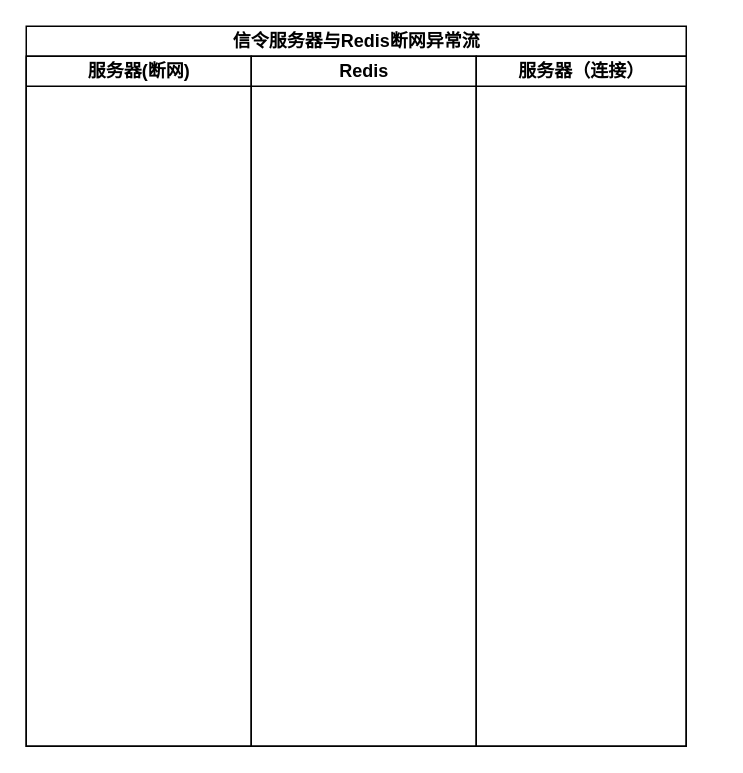
Earlier version of the draw.io diagram 信令服务器与Redis断网异常流.drawio (czq7966/drawio). Source tidied: cells renumbered, new cells numbered last; positions are measured from the earlier drawing's top-left corner, leaving out a move shared by most shapes. Both pictures are drawn from the tidied source at 150%, with x=0, y=0 at pixel (26, 26).
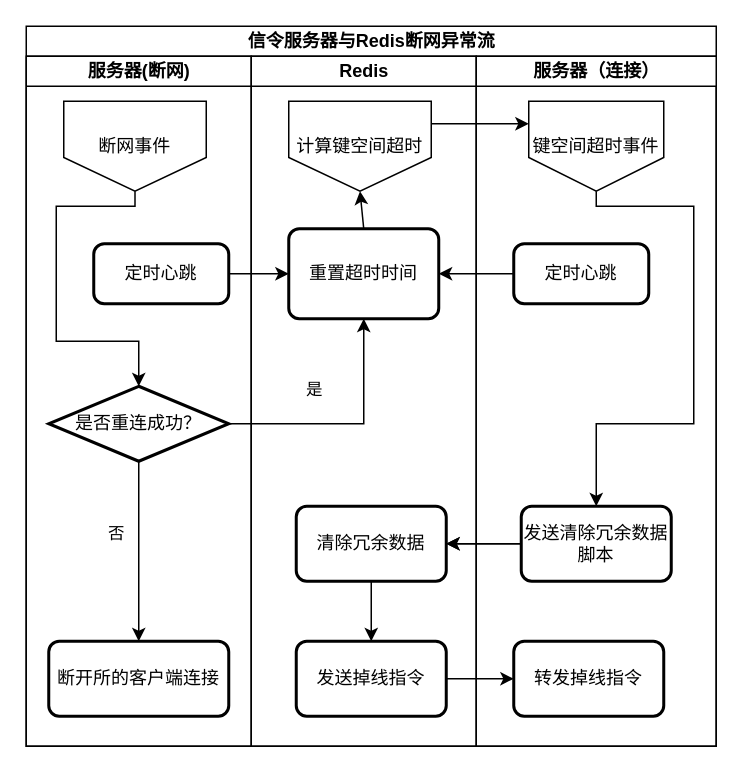
Above is the later version.

Commit message (it also covers changes not shown here):
Update 信令服务器与Redis断网异常流.drawio

The change refers to these unchanged cells:
```xml
<mxCell id="3" value="服务器(断网)" style="swimlane;html=1;startSize=20;" parent="2" vertex="1">
  <mxGeometry y="20" width="150" height="460" as="geometry" />
</mxCell>
<mxCell id="4" value="Redis" style="swimlane;html=1;startSize=20;" parent="2" vertex="1">
  <mxGeometry x="150" y="20" width="150" height="460" as="geometry" />
</mxCell>
```

Change to the diagram source:
```diff
@@
     <mxCell id="2" value="信令服务器与Redis断网异常流" style="swimlane;html=1;startSize=20;" parent="1" vertex="1">
-      <mxGeometry width="440" height="480" as="geometry" />
+      <mxGeometry width="460" height="480" as="geometry" />
     </mxCell>
@@
+    <mxCell id="6" style="rounded=0;jumpStyle=none;jettySize=auto;html=1;exitX=0.5;exitY=1;exitDx=0;exitDy=0;entryX=0.5;entryY=0;entryDx=0;entryDy=0;entryPerimeter=0;shadow=0;strokeColor=#000000;edgeStyle=orthogonalEdgeStyle;" parent="3" edge="1" source="7" target="9">
+      <mxGeometry relative="1" as="geometry">
+        <Array as="points">
+          <mxPoint x="73" y="100" />
+          <mxPoint x="20" y="100" />
+          <mxPoint x="20" y="190" />
+          <mxPoint x="75" y="190" />
+        </Array>
+      </mxGeometry>
+    </mxCell>
+    <mxCell id="7" value="断网事件" style="shape=offPageConnector;whiteSpace=wrap;html=1;" parent="3" vertex="1">
+      <mxGeometry x="25" y="30" width="95" height="60" as="geometry" />
+    </mxCell>
+    <mxCell id="8" value="否" style="edgeStyle=orthogonalEdgeStyle;rounded=0;jumpStyle=none;jettySize=auto;html=1;shadow=0;strokeColor=#000000;entryX=0.5;entryY=0;entryDx=0;entryDy=0;curved=1;" parent="3" edge="1" source="9" target="10">
+      <mxGeometry x="-0.2" y="-15" relative="1" as="geometry" />
+    </mxCell>
+    <mxCell id="9" value="是否重连成功？" style="strokeWidth=2;html=1;shape=mxgraph.flowchart.decision;whiteSpace=wrap;" parent="3" vertex="1">
+      <mxGeometry x="15" y="220" width="120" height="50" as="geometry" />
+    </mxCell>
+    <mxCell id="10" value="断开所的客户端连接" style="rounded=1;whiteSpace=wrap;html=1;absoluteArcSize=1;arcSize=14;strokeWidth=2;" parent="3" vertex="1">
+      <mxGeometry x="15" y="390" width="120" height="50" as="geometry" />
+    </mxCell>
+    <mxCell id="11" value="定时心跳" style="rounded=1;whiteSpace=wrap;html=1;absoluteArcSize=1;arcSize=14;strokeWidth=2;" parent="3" vertex="1">
+      <mxGeometry x="45" y="125" width="90" height="40" as="geometry" />
+    </mxCell>
+    <mxCell id="12" style="edgeStyle=orthogonalEdgeStyle;rounded=0;jumpStyle=none;jettySize=auto;html=1;exitX=1;exitY=0.25;exitDx=0;exitDy=0;entryX=0;entryY=0.25;entryDx=0;entryDy=0;shadow=0;strokeColor=#000000;" parent="2" edge="1" source="18" target="25">
+      <mxGeometry relative="1" as="geometry" />
+    </mxCell>
+    <mxCell id="13" value="&lt;br&gt;是" style="rounded=0;jumpStyle=none;jettySize=auto;html=1;exitX=1;exitY=0.5;exitDx=0;exitDy=0;exitPerimeter=0;shadow=0;strokeColor=#000000;edgeStyle=orthogonalEdgeStyle;" parent="2" edge="1" source="9" target="20">
+      <mxGeometry x="-0.1" y="15" relative="1" as="geometry">
+        <mxPoint x="-15" y="-15" as="offset" />
+      </mxGeometry>
+    </mxCell>
+    <mxCell id="14" style="rounded=0;jumpStyle=none;jettySize=auto;html=1;exitX=1;exitY=0.5;exitDx=0;exitDy=0;entryX=0;entryY=0.5;entryDx=0;entryDy=0;shadow=0;strokeColor=#000000;" parent="2" edge="1" source="11" target="20">
+      <mxGeometry relative="1" as="geometry" />
+    </mxCell>
+    <mxCell id="15" style="edgeStyle=orthogonalEdgeStyle;rounded=0;jumpStyle=none;jettySize=auto;html=1;exitX=0;exitY=0.5;exitDx=0;exitDy=0;entryX=1;entryY=0.5;entryDx=0;entryDy=0;shadow=0;strokeColor=#000000;" parent="2" edge="1" source="26" target="22">
+      <mxGeometry relative="1" as="geometry" />
+    </mxCell>
+    <mxCell id="16" style="edgeStyle=none;rounded=0;jumpStyle=none;jettySize=auto;html=1;shadow=0;strokeColor=#000000;" parent="2" edge="1" source="23" target="27">
+      <mxGeometry relative="1" as="geometry" />
+    </mxCell>
+    <mxCell id="17" style="edgeStyle=none;rounded=0;jumpStyle=none;jettySize=auto;html=1;exitX=0;exitY=0.5;exitDx=0;exitDy=0;entryX=1;entryY=0.5;entryDx=0;entryDy=0;shadow=0;strokeColor=#000000;" parent="2" edge="1" source="28" target="20">
+      <mxGeometry relative="1" as="geometry" />
+    </mxCell>
@@
+    <mxCell id="18" value="计算键空间超时" style="shape=offPageConnector;whiteSpace=wrap;html=1;" parent="4" vertex="1">
+      <mxGeometry x="25" y="30" width="95" height="60" as="geometry" />
+    </mxCell>
+    <mxCell id="19" style="rounded=0;jumpStyle=none;jettySize=auto;html=1;exitX=0.5;exitY=0;exitDx=0;exitDy=0;entryX=0.5;entryY=1;entryDx=0;entryDy=0;shadow=0;strokeColor=#000000;" parent="4" edge="1" source="20" target="18">
+      <mxGeometry relative="1" as="geometry" />
+    </mxCell>
+    <mxCell id="20" value="重置超时时间" style="rounded=1;whiteSpace=wrap;html=1;absoluteArcSize=1;arcSize=14;strokeWidth=2;" parent="4" vertex="1">
+      <mxGeometry x="25" y="115" width="100" height="60" as="geometry" />
+    </mxCell>
+    <mxCell id="21" style="edgeStyle=none;rounded=0;jumpStyle=none;jettySize=auto;html=1;shadow=0;strokeColor=#000000;" parent="4" edge="1" source="22" target="23">
+      <mxGeometry relative="1" as="geometry" />
+    </mxCell>
+    <mxCell id="22" value="清除冗余数据" style="rounded=1;whiteSpace=wrap;html=1;absoluteArcSize=1;arcSize=14;strokeWidth=2;" parent="4" vertex="1">
+      <mxGeometry x="30" y="300" width="100" height="50" as="geometry" />
+    </mxCell>
+    <mxCell id="23" value="发送掉线指令" style="rounded=1;whiteSpace=wrap;html=1;absoluteArcSize=1;arcSize=14;strokeWidth=2;" parent="4" vertex="1">
+      <mxGeometry x="30" y="390" width="100" height="50" as="geometry" />
+    </mxCell>
     <mxCell id="5" value="服务器（连接）" style="swimlane;html=1;startSize=20;" parent="2" vertex="1">
-      <mxGeometry x="300" y="20" width="140" height="460" as="geometry" />
+      <mxGeometry x="300" y="20" width="160" height="460" as="geometry" />
     </mxCell>
+    <mxCell id="24" style="edgeStyle=orthogonalEdgeStyle;rounded=0;jumpStyle=none;jettySize=auto;html=1;exitX=0.5;exitY=1;exitDx=0;exitDy=0;entryX=0.5;entryY=0;entryDx=0;entryDy=0;shadow=0;strokeColor=#000000;" parent="5" edge="1" source="25" target="26">
+      <mxGeometry relative="1" as="geometry">
+        <Array as="points">
+          <mxPoint x="80" y="100" />
+          <mxPoint x="145" y="100" />
+          <mxPoint x="145" y="245" />
+          <mxPoint x="80" y="245" />
+        </Array>
+      </mxGeometry>
+    </mxCell>
+    <mxCell id="25" value="键空间超时事件" style="shape=offPageConnector;whiteSpace=wrap;html=1;" parent="5" vertex="1">
+      <mxGeometry x="35" y="30" width="90" height="60" as="geometry" />
+    </mxCell>
+    <mxCell id="26" value="发送清除冗余数据脚本" style="rounded=1;whiteSpace=wrap;html=1;absoluteArcSize=1;arcSize=14;strokeWidth=2;" parent="5" vertex="1">
+      <mxGeometry x="30" y="300" width="100" height="50" as="geometry" />
+    </mxCell>
+    <mxCell id="27" value="转发掉线指令" style="rounded=1;whiteSpace=wrap;html=1;absoluteArcSize=1;arcSize=14;strokeWidth=2;" parent="5" vertex="1">
+      <mxGeometry x="25" y="390" width="100" height="50" as="geometry" />
+    </mxCell>
+    <mxCell id="28" value="定时心跳" style="rounded=1;whiteSpace=wrap;html=1;absoluteArcSize=1;arcSize=14;strokeWidth=2;" parent="5" vertex="1">
+      <mxGeometry x="25" y="125" width="90" height="40" as="geometry" />
+    </mxCell>
+    <mxCell id="29" style="edgeStyle=orthogonalEdgeStyle;rounded=0;jumpStyle=none;jettySize=auto;html=1;shadow=0;strokeColor=#000000;" parent="2" edge="1" source="26" target="22">
+      <mxGeometry relative="1" as="geometry" />
+    </mxCell>
```
